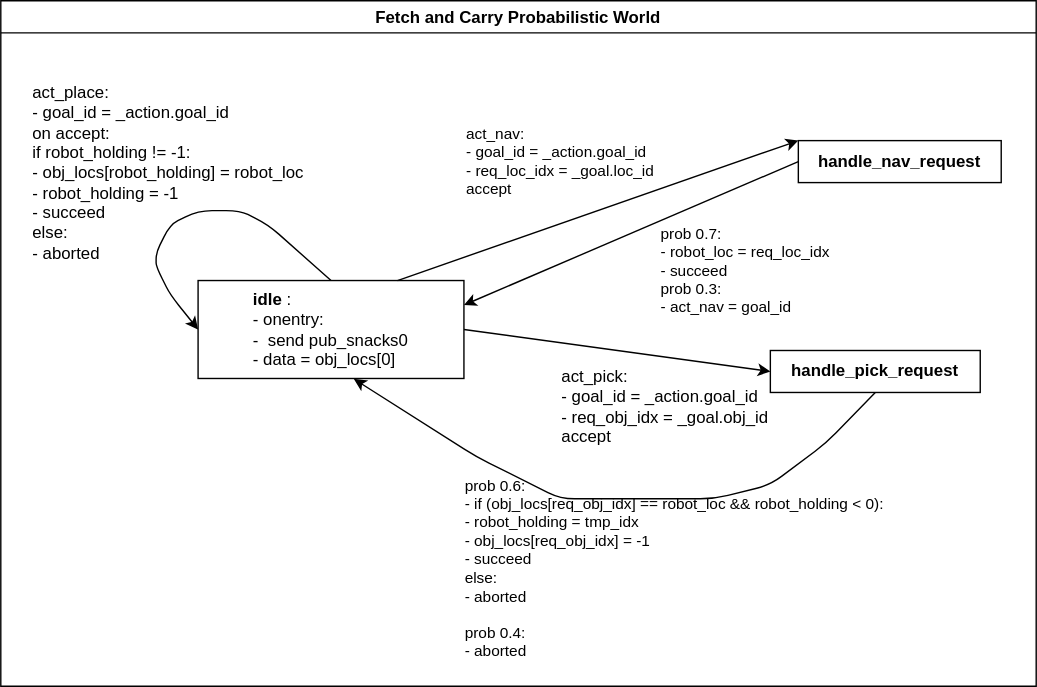
Above: docs/source/graphics/scxml_tutorial_ros_fetch_and_carry_world_probabilistic.drawio.svg in convince-project/AS2FM (draw.io), before the change. Source tidied: cells renumbered, new cells last; positions are measured from the earlier drawing's top-left corner, leaving out a move shared by most shapes.
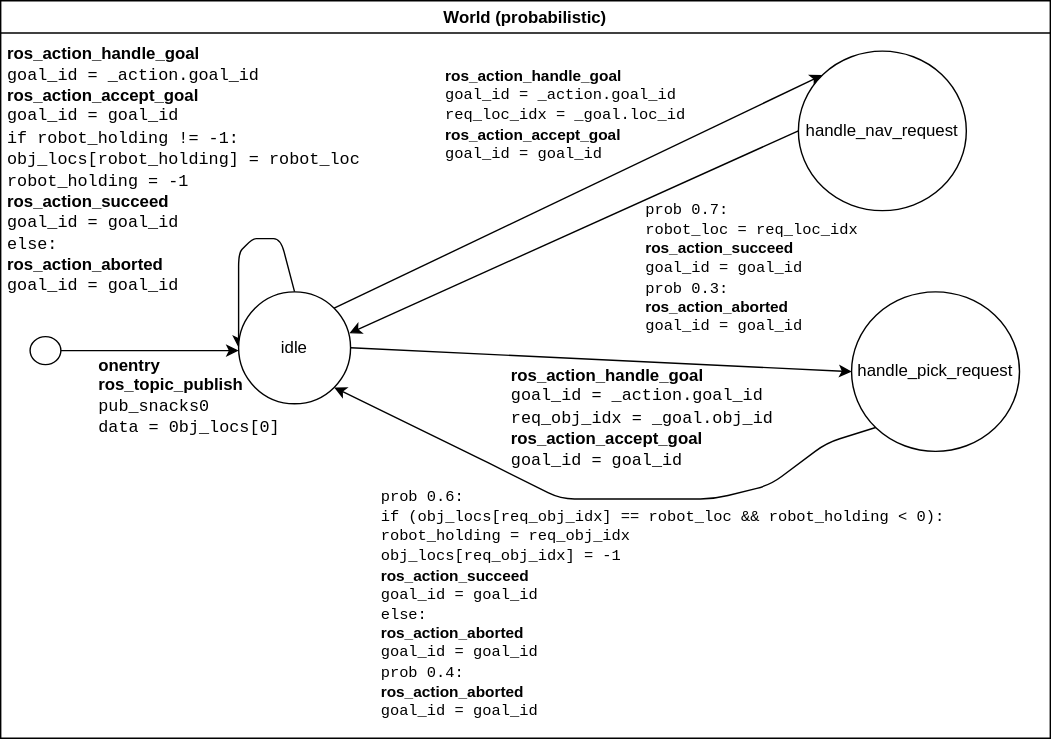
Above is the later version.

Commit message:
rework tutorial

What changed in the source:
```diff
@@ -2,72 +2,80 @@
   <root>
     <mxCell id="0" />
     <mxCell id="1" parent="0" />
-    <mxCell id="2" style="edgeStyle=none;html=1;" parent="1" edge="1">
-      <mxGeometry relative="1" as="geometry">
-        <mxPoint x="180" y="246" as="sourcePoint" />
-        <mxPoint x="180" y="246" as="targetPoint" />
-      </mxGeometry>
-    </mxCell>
-    <mxCell id="3" value="Fetch and Carry Probabilistic World" style="swimlane;" parent="1" vertex="1">
-      <mxGeometry width="740" height="490" as="geometry" />
-    </mxCell>
-    <mxCell id="4" style="edgeStyle=none;html=1;exitX=1;exitY=0.5;exitDx=0;exitDy=0;entryX=0;entryY=0.5;entryDx=0;entryDy=0;fontFamily=Helvetica;fontSize=11;fontColor=default;" parent="3" edge="1" source="5" target="11">
-      <mxGeometry relative="1" as="geometry" />
-    </mxCell>
-    <mxCell id="5" value="&lt;div style=&quot;text-align: left;&quot;&gt;&lt;span style=&quot;background-color: initial;&quot;&gt;&lt;b&gt;idle&lt;/b&gt;:&lt;/span&gt;&lt;/div&gt;&lt;div style=&quot;text-align: left;&quot;&gt;&lt;span style=&quot;background-color: initial;&quot;&gt;- onentry:&lt;/span&gt;&lt;/div&gt;&lt;div style=&quot;text-align: left;&quot;&gt;&lt;span style=&quot;background-color: initial;&quot;&gt;&amp;nbsp; -&amp;nbsp; send pub_snacks0&lt;/span&gt;&lt;/div&gt;&lt;div style=&quot;text-align: left;&quot;&gt;&lt;span style=&quot;background-color: initial;&quot;&gt;&amp;nbsp; &amp;nbsp; - data = obj_locs[0]&lt;/span&gt;&lt;/div&gt;" style="rounded=0;whiteSpace=wrap;html=1;" parent="3" vertex="1">
-      <mxGeometry x="141" y="200" width="190" height="70" as="geometry" />
-    </mxCell>
-    <mxCell id="6" style="edgeStyle=none;html=1;entryX=0;entryY=0.5;entryDx=0;entryDy=0;exitX=0.5;exitY=0;exitDx=0;exitDy=0;" parent="3" edge="1" source="5" target="5">
-      <mxGeometry relative="1" as="geometry">
-        <Array as="points">
-          <mxPoint x="191" y="160" />
-          <mxPoint x="171" y="150" />
-          <mxPoint x="141" y="150" />
-          <mxPoint x="121" y="160" />
-          <mxPoint x="111" y="180" />
-          <mxPoint x="111" y="190" />
-          <mxPoint x="121" y="210" />
-        </Array>
-      </mxGeometry>
-    </mxCell>
-    <mxCell id="7" value="act_place:&lt;br&gt;- goal_id = _action.goal_id&lt;br&gt;on accept:&lt;br&gt;if robot_holding != -1:&lt;br&gt;- obj_locs[robot_holding] = robot_loc&lt;br&gt;- robot_holding = -1&lt;br&gt;- succeed&lt;br&gt;else:&lt;br&gt;- aborted" style="text;strokeColor=none;align=left;fillColor=none;html=1;verticalAlign=middle;whiteSpace=wrap;rounded=0;" parent="3" vertex="1">
-      <mxGeometry x="21" y="68" width="260" height="110" as="geometry" />
-    </mxCell>
-    <mxCell id="8" style="edgeStyle=none;html=1;exitX=0;exitY=0.5;exitDx=0;exitDy=0;entryX=1;entryY=0.25;entryDx=0;entryDy=0;fontFamily=Helvetica;fontSize=11;fontColor=default;" parent="3" edge="1" source="9" target="5">
-      <mxGeometry relative="1" as="geometry" />
-    </mxCell>
+    <mxCell id="17" style="edgeStyle=none;html=1;" parent="1" edge="1">
+      <mxGeometry relative="1" as="geometry">
+        <mxPoint x="190" y="256" as="sourcePoint" />
+        <mxPoint x="190" y="256" as="targetPoint" />
+      </mxGeometry>
+    </mxCell>
+    <mxCell id="18" value="World (probabilistic)" style="swimlane;" parent="1" vertex="1">
+      <mxGeometry x="10" y="29" width="750" height="527" as="geometry" />
+    </mxCell>
+    <mxCell id="19" style="edgeStyle=none;html=1;exitX=1;exitY=0.5;exitDx=0;exitDy=0;entryX=0;entryY=0.5;entryDx=0;entryDy=0;fontFamily=Helvetica;fontSize=11;fontColor=default;" parent="18" edge="1" source="28" target="11">
+      <mxGeometry relative="1" as="geometry" />
+    </mxCell>
+    <mxCell id="20" style="edgeStyle=none;html=1;entryX=0;entryY=0.5;entryDx=0;entryDy=0;exitX=0.5;exitY=0;exitDx=0;exitDy=0;" parent="18" edge="1" source="28" target="28">
+      <mxGeometry relative="1" as="geometry">
+        <Array as="points">
+          <mxPoint x="200" y="170" />
+          <mxPoint x="190" y="170" />
+          <mxPoint x="180" y="170" />
+          <mxPoint x="170" y="180" />
+        </Array>
+      </mxGeometry>
+    </mxCell>
+    <mxCell id="21" value="&lt;b&gt;ros_action_handle_goal&lt;/b&gt;&lt;br&gt;&lt;font face=&quot;Courier New&quot;&gt;&amp;nbsp; goal_id = _action.goal_id&lt;/font&gt;&lt;br&gt;&amp;nbsp; &lt;b&gt;ros_action_accept_goal&lt;/b&gt;&lt;br&gt;&lt;font face=&quot;Courier New&quot;&gt;&amp;nbsp; &amp;nbsp; goal_id = goal_id&lt;br&gt;&amp;nbsp; &amp;nbsp; if robot_holding != -1:&lt;br&gt;&amp;nbsp; &amp;nbsp; &amp;nbsp; obj_locs[robot_holding] = robot_loc&lt;br&gt;&amp;nbsp; &amp;nbsp; &amp;nbsp; robot_holding = -1&lt;/font&gt;&lt;br&gt;&amp;nbsp; &amp;nbsp; &amp;nbsp; &amp;nbsp; &amp;nbsp;&amp;nbsp;&lt;b&gt;ros_action_succeed&lt;/b&gt;&lt;br&gt;&lt;font face=&quot;Courier New&quot;&gt;&amp;nbsp; &amp;nbsp; &amp;nbsp; &amp;nbsp; goal_id = goal_id&lt;br&gt;&amp;nbsp; &amp;nbsp; else:&lt;/font&gt;&lt;br&gt;&amp;nbsp; &amp;nbsp; &amp;nbsp; &lt;b&gt;ros_action_aborted&lt;/b&gt;&lt;br&gt;&amp;nbsp; &amp;nbsp; &amp;nbsp;&lt;font face=&quot;Courier New&quot;&gt; &amp;nbsp; goal_id = goal_id&lt;/font&gt;" style="text;strokeColor=none;align=left;fillColor=none;html=1;verticalAlign=middle;whiteSpace=wrap;rounded=0;" parent="18" vertex="1">
+      <mxGeometry x="3" y="66" width="299" height="110" as="geometry" />
+    </mxCell>
+    <mxCell id="22" style="edgeStyle=none;html=1;exitX=0;exitY=0.5;exitDx=0;exitDy=0;entryX=0.989;entryY=0.37;entryDx=0;entryDy=0;fontFamily=Helvetica;fontSize=11;fontColor=default;entryPerimeter=0;" parent="18" edge="1" source="9" target="28">
+      <mxGeometry relative="1" as="geometry" />
+    </mxCell>
+    <mxCell id="23" style="edgeStyle=none;html=1;exitX=0;exitY=1;exitDx=0;exitDy=0;entryX=1;entryY=1;entryDx=0;entryDy=0;fontFamily=Helvetica;fontSize=11;fontColor=default;" parent="18" edge="1" source="11" target="28">
+      <mxGeometry relative="1" as="geometry">
+        <Array as="points">
+          <mxPoint x="590" y="316" />
+          <mxPoint x="550" y="346" />
+          <mxPoint x="510" y="356" />
+          <mxPoint x="450" y="356" />
+          <mxPoint x="400" y="356" />
+          <mxPoint x="340" y="326" />
+        </Array>
+      </mxGeometry>
+    </mxCell>
+    <mxCell id="24" value="&lt;div style=&quot;font-size: 12px;&quot;&gt;&lt;span style=&quot;background-color: initial;&quot;&gt;&lt;b&gt;ros_action_handle_goal&lt;/b&gt;&lt;/span&gt;&lt;/div&gt;&lt;div style=&quot;font-size: 12px;&quot;&gt;&lt;span style=&quot;background-color: initial;&quot;&gt;&lt;font face=&quot;Courier New&quot;&gt;&amp;nbsp; goal_id = _action.goal_id&lt;/font&gt;&lt;/span&gt;&lt;/div&gt;&lt;div style=&quot;font-size: 12px;&quot;&gt;&lt;span style=&quot;background-color: initial;&quot;&gt;&lt;font face=&quot;Courier New&quot;&gt;&amp;nbsp; req_obj_idx = _goal.obj_id&lt;/font&gt;&lt;/span&gt;&lt;/div&gt;&lt;div style=&quot;font-size: 12px;&quot;&gt;&lt;span style=&quot;background-color: initial;&quot;&gt;&lt;b&gt;&amp;nbsp; &amp;nbsp; ros_action_accept_goal&lt;/b&gt;&lt;/span&gt;&lt;/div&gt;&lt;div style=&quot;font-size: 12px;&quot;&gt;&lt;span style=&quot;background-color: initial;&quot;&gt;&lt;font face=&quot;Courier New&quot;&gt;&amp;nbsp; &amp;nbsp; goal_id = goal_id&lt;/font&gt;&lt;/span&gt;&lt;/div&gt;" style="text;strokeColor=none;align=left;fillColor=none;html=1;verticalAlign=middle;whiteSpace=wrap;rounded=0;fontFamily=Helvetica;fontSize=11;fontColor=default;" parent="18" vertex="1">
+      <mxGeometry x="363" y="268" width="227" height="60" as="geometry" />
+    </mxCell>
+    <mxCell id="25" value="&lt;font face=&quot;Courier New&quot;&gt;prob 0.7:&lt;br&gt;&amp;nbsp; robot_loc = req_loc_idx&lt;/font&gt;&lt;br&gt;&lt;b&gt;&amp;nbsp; &amp;nbsp; ros_action_succeed&amp;nbsp;&lt;/b&gt;&lt;br&gt;&lt;font face=&quot;Courier New&quot;&gt;&amp;nbsp; &amp;nbsp; goal_id = goal_id&lt;br&gt;prob 0.3:&lt;br&gt;&amp;nbsp;&amp;nbsp;&lt;/font&gt;&lt;b&gt;ros_action_aborted&lt;br&gt;&lt;/b&gt;&lt;span style=&quot;font-family: &amp;quot;Courier New&amp;quot;;&quot;&gt;&amp;nbsp; &amp;nbsp; &amp;nbsp;goal_id = goal_id&lt;/span&gt;&lt;font face=&quot;Courier New&quot;&gt;&lt;br&gt;&lt;/font&gt;" style="text;strokeColor=none;align=left;fillColor=none;html=1;verticalAlign=middle;whiteSpace=wrap;rounded=0;fontFamily=Helvetica;fontSize=11;fontColor=default;" parent="18" vertex="1">
+      <mxGeometry x="459" y="176" width="190" height="30" as="geometry" />
+    </mxCell>
+    <mxCell id="26" style="edgeStyle=none;html=1;exitX=1;exitY=0;exitDx=0;exitDy=0;fontFamily=Helvetica;fontSize=11;fontColor=default;entryX=0;entryY=0;entryDx=0;entryDy=0;" parent="18" edge="1" source="28" target="9">
+      <mxGeometry relative="1" as="geometry" />
+    </mxCell>
+    <mxCell id="27" value="&lt;font style=&quot;&quot;&gt;&lt;b&gt;ros_action_handle_goal&lt;/b&gt;&lt;br&gt;&lt;font face=&quot;Courier New&quot;&gt;&amp;nbsp; goal_id = _action.goal_id&lt;br&gt;&lt;/font&gt;&lt;/font&gt;&lt;div style=&quot;&quot;&gt;&lt;/div&gt;&lt;div style=&quot;&quot;&gt;&lt;font face=&quot;Courier New&quot;&gt;&amp;nbsp; req_loc_idx = _goal.loc_id&lt;/font&gt;&lt;br&gt;&lt;b&gt;ros_action_accept_goal&lt;/b&gt;&lt;/div&gt;&lt;div style=&quot;&quot;&gt;&lt;font face=&quot;Courier New&quot;&gt;&amp;nbsp; goal_id = goal_id&lt;/font&gt;&lt;/div&gt;" style="text;strokeColor=none;align=left;fillColor=none;html=1;verticalAlign=middle;whiteSpace=wrap;rounded=0;fontFamily=Helvetica;fontSize=11;fontColor=default;" parent="18" vertex="1">
+      <mxGeometry x="316" y="67" width="210" height="30" as="geometry" />
+    </mxCell>
+    <mxCell id="28" value="idle" style="ellipse;whiteSpace=wrap;html=1;" parent="18" vertex="1">
+      <mxGeometry x="170" y="208" width="80" height="80" as="geometry" />
+    </mxCell>
-    <mxCell id="9" value="&lt;div style=&quot;text-align: left;&quot;&gt;&lt;b style=&quot;background-color: initial;&quot;&gt;handle_nav_request&lt;/b&gt;&lt;/div&gt;&lt;div style=&quot;text-align: left;&quot;&gt;&lt;/div&gt;&lt;div style=&quot;text-align: left;&quot;&gt;&lt;/div&gt;&lt;div style=&quot;text-align: left;&quot;&gt;&lt;/div&gt;&lt;div style=&quot;text-align: left;&quot;&gt;&lt;/div&gt;&lt;div style=&quot;text-align: left;&quot;&gt;&lt;/div&gt;&lt;div style=&quot;text-align: left;&quot;&gt;&lt;/div&gt;" style="rounded=0;whiteSpace=wrap;html=1;" parent="3" vertex="1">
-      <mxGeometry x="570" y="100" width="145" height="30" as="geometry" />
+    <mxCell id="9" value="handle_nav_request" style="ellipse;whiteSpace=wrap;html=1;" parent="18" vertex="1">
+      <mxGeometry x="570" y="36" width="120" height="114" as="geometry" />
     </mxCell>
-    <mxCell id="10" style="edgeStyle=none;html=1;exitX=0.5;exitY=1;exitDx=0;exitDy=0;entryX=0.586;entryY=1.005;entryDx=0;entryDy=0;entryPerimeter=0;fontFamily=Helvetica;fontSize=11;fontColor=default;" parent="3" edge="1" source="11" target="5">
-      <mxGeometry relative="1" as="geometry">
-        <Array as="points">
-          <mxPoint x="590" y="316" />
-          <mxPoint x="550" y="346" />
-          <mxPoint x="510" y="356" />
-          <mxPoint x="450" y="356" />
-          <mxPoint x="400" y="356" />
-          <mxPoint x="340" y="326" />
-        </Array>
-      </mxGeometry>
-    </mxCell>
-    <mxCell id="11" value="&lt;div style=&quot;text-align: left;&quot;&gt;&lt;b style=&quot;background-color: initial;&quot;&gt;handle_pick_request&lt;/b&gt;&lt;/div&gt;&lt;div style=&quot;text-align: left;&quot;&gt;&lt;/div&gt;&lt;div style=&quot;text-align: left;&quot;&gt;&lt;/div&gt;&lt;div style=&quot;text-align: left;&quot;&gt;&lt;/div&gt;&lt;div style=&quot;text-align: left;&quot;&gt;&lt;/div&gt;&lt;div style=&quot;text-align: left;&quot;&gt;&lt;/div&gt;" style="rounded=0;whiteSpace=wrap;html=1;" parent="3" vertex="1">
-      <mxGeometry x="550" y="250" width="150" height="30" as="geometry" />
+    <mxCell id="11" value="handle_pick_request" style="ellipse;whiteSpace=wrap;html=1;" parent="18" vertex="1">
+      <mxGeometry x="608" y="208" width="120" height="114" as="geometry" />
     </mxCell>
-    <mxCell id="12" value="&lt;div style=&quot;font-size: 12px; text-align: left;&quot;&gt;&lt;span style=&quot;background-color: initial;&quot;&gt;act_pick:&lt;/span&gt;&lt;/div&gt;&lt;div style=&quot;font-size: 12px; text-align: left;&quot;&gt;&lt;span style=&quot;background-color: initial;&quot;&gt;- goal_id = _action.goal_id&lt;/span&gt;&lt;/div&gt;&lt;div style=&quot;font-size: 12px; text-align: left;&quot;&gt;&lt;span style=&quot;background-color: initial;&quot;&gt;- req_obj_idx = _goal.obj_id&lt;br&gt;accept&lt;/span&gt;&lt;/div&gt;" style="text;strokeColor=none;align=center;fillColor=none;html=1;verticalAlign=middle;whiteSpace=wrap;rounded=0;fontFamily=Helvetica;fontSize=11;fontColor=default;" parent="3" vertex="1">
-      <mxGeometry x="390" y="260" width="170" height="60" as="geometry" />
-    </mxCell>
-    <mxCell id="13" value="prob 0.7:&lt;br&gt;- robot_loc = req_loc_idx&lt;br&gt;- succeed&lt;br&gt;prob 0.3:&lt;br&gt;- act_nav = goal_id" style="text;strokeColor=none;align=left;fillColor=none;html=1;verticalAlign=middle;whiteSpace=wrap;rounded=0;fontFamily=Helvetica;fontSize=11;fontColor=default;" parent="3" vertex="1">
-      <mxGeometry x="470" y="178" width="130" height="30" as="geometry" />
-    </mxCell>
-    <mxCell id="14" style="edgeStyle=none;html=1;exitX=0.75;exitY=0;exitDx=0;exitDy=0;fontFamily=Helvetica;fontSize=11;fontColor=default;entryX=0;entryY=0;entryDx=0;entryDy=0;" parent="3" edge="1" source="5" target="9">
-      <mxGeometry relative="1" as="geometry" />
-    </mxCell>
-    <mxCell id="15" value="&lt;font style=&quot;&quot;&gt;act_nav:&lt;br&gt;- goal_id = _action.goal_id&lt;br&gt;&lt;/font&gt;&lt;div style=&quot;&quot;&gt;&lt;/div&gt;&lt;div style=&quot;&quot;&gt;-&amp;nbsp;req_loc_idx = _goal.loc_id&lt;br&gt;accept&lt;/div&gt;" style="text;strokeColor=none;align=left;fillColor=none;html=1;verticalAlign=middle;whiteSpace=wrap;rounded=0;fontFamily=Helvetica;fontSize=11;fontColor=default;" parent="3" vertex="1">
-      <mxGeometry x="331" y="100" width="150" height="30" as="geometry" />
-    </mxCell>
-    <mxCell id="16" value="prob 0.6:&lt;br&gt;- if (obj_locs[req_obj_idx] == robot_loc &amp;amp;&amp;amp; robot_holding &amp;lt; 0):&lt;br&gt;- robot_holding = tmp_idx&lt;br&gt;- obj_locs[req_obj_idx] = -1&amp;nbsp;&lt;br&gt;- succeed&lt;br&gt;else:&lt;br&gt;- aborted&lt;br&gt;&lt;br&gt;prob 0.4:&lt;br&gt;- aborted" style="text;strokeColor=none;align=left;fillColor=none;html=1;verticalAlign=middle;whiteSpace=wrap;rounded=0;fontFamily=Helvetica;fontSize=11;fontColor=default;" parent="1" vertex="1">
-      <mxGeometry x="330" y="346" width="330" height="120" as="geometry" />
-    </mxCell>
+    <mxCell id="29" style="edgeStyle=none;html=1;exitX=1;exitY=0.5;exitDx=0;exitDy=0;entryX=0;entryY=0.5;entryDx=0;entryDy=0;" parent="18" edge="1" source="30">
+      <mxGeometry relative="1" as="geometry">
+        <mxPoint x="170" y="250" as="targetPoint" />
+      </mxGeometry>
+    </mxCell>
+    <mxCell id="30" style="ellipse;whiteSpace=wrap;html=1;shadow=0;" parent="18" vertex="1">
+      <mxGeometry x="21" y="240" width="22" height="20" as="geometry" />
+    </mxCell>
+    <mxCell id="31" value="&lt;div style=&quot;text-align: left;&quot;&gt;&lt;span style=&quot;background-color: initial;&quot;&gt;&lt;b&gt;onentry&lt;/b&gt;&lt;/span&gt;&lt;/div&gt;&lt;div style=&quot;text-align: left;&quot;&gt;&lt;span style=&quot;background-color: initial;&quot;&gt;&amp;nbsp;&lt;b&gt; ros_topic_publish&lt;/b&gt;&lt;/span&gt;&lt;/div&gt;&lt;div style=&quot;text-align: left;&quot;&gt;&lt;span style=&quot;background-color: initial;&quot;&gt;&lt;font face=&quot;Courier New&quot;&gt;&amp;nbsp; &amp;nbsp; pub_snacks0&lt;/font&gt;&lt;/span&gt;&lt;/div&gt;&lt;div style=&quot;text-align: left;&quot;&gt;&lt;span style=&quot;background-color: initial;&quot;&gt;&lt;font face=&quot;Courier New&quot;&gt;&amp;nbsp; &amp;nbsp; data = 0bj_locs[0]&lt;/font&gt;&lt;/span&gt;&lt;/div&gt;" style="text;strokeColor=none;align=center;fillColor=none;html=1;verticalAlign=middle;whiteSpace=wrap;rounded=0;" parent="18" vertex="1">
+      <mxGeometry x="40" y="268" width="190" height="30" as="geometry" />
+    </mxCell>
+    <mxCell id="32" value="&lt;font face=&quot;Courier New&quot;&gt;prob 0.6:&lt;br&gt;&amp;nbsp; if (obj_locs[req_obj_idx] == robot_loc &amp;amp;&amp;amp; robot_holding &amp;lt; 0):&lt;br&gt;&amp;nbsp; &amp;nbsp; robot_holding = req_obj_idx&lt;br&gt;&amp;nbsp; &amp;nbsp; obj_locs[req_obj_idx] = -1&amp;nbsp;&lt;/font&gt;&lt;br&gt;&amp;nbsp; &amp;nbsp; &amp;nbsp; &amp;nbsp; &amp;nbsp;&lt;b&gt;ros_action_succeed&lt;/b&gt;&lt;br&gt;&lt;font face=&quot;Courier New&quot;&gt;&amp;nbsp; &amp;nbsp; &amp;nbsp; goal_id = goal_id&lt;br&gt;&amp;nbsp; else:&lt;/font&gt;&lt;br&gt;&amp;nbsp; &amp;nbsp; &amp;nbsp; &amp;nbsp;&lt;b&gt;ros_action_aborted&lt;/b&gt;&lt;br&gt;&lt;font face=&quot;Courier New&quot;&gt;&amp;nbsp; &amp;nbsp; &amp;nbsp;goal_id = goal_id&lt;br&gt;prob 0.4:&lt;br&gt;&lt;/font&gt;&lt;b&gt;&amp;nbsp; ros_action_aborted&lt;/b&gt;&lt;br&gt;&lt;font face=&quot;Courier New&quot;&gt;&amp;nbsp; goal_id = goal_id&lt;/font&gt;&lt;font face=&quot;Courier New&quot;&gt;&lt;br&gt;&lt;/font&gt;" style="text;strokeColor=none;align=left;fillColor=none;html=1;verticalAlign=middle;whiteSpace=wrap;rounded=0;fontFamily=Helvetica;fontSize=11;fontColor=default;" parent="18" vertex="1">
+      <mxGeometry x="270" y="371" width="480" height="120" as="geometry" />
+    </mxCell>
   </root>
 </mxGraphModel>
```
